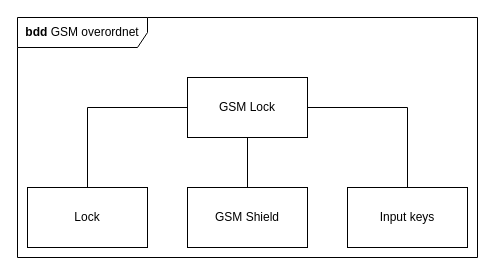
This is page "Overordnet bdd" (1 of 3) of Project/diagrams/architecture.drawio from skjesp/AMS, a draw.io file, before an edit. Source tidied: cells renumbered, new cells numbered last; positions are measured from the earlier drawing's top-left corner, leaving out a move shared by most shapes. Both pictures are drawn from the tidied source at 100%, with x=0, y=0 at pixel (17, 17).
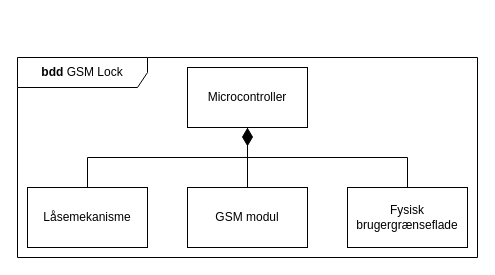
Above is the later version.

What changed in the source:
```diff
@@
 <mxGraphModel>
   <root>
     <mxCell id="0" />
     <mxCell id="1" parent="0" />
-    <mxCell id="2" value="&lt;b&gt;bdd&lt;/b&gt;&amp;nbsp;GSM overordnet" style="shape=umlFrame;whiteSpace=wrap;html=1;width=130;height=30;" parent="1" vertex="1">
-      <mxGeometry width="460" height="240" as="geometry" />
+    <mxCell id="2" value="&lt;b&gt;bdd&lt;/b&gt;&amp;nbsp;GSM Lock" style="shape=umlFrame;whiteSpace=wrap;html=1;width=130;height=30;" parent="1" vertex="1">
+      <mxGeometry y="40" width="460" height="200" as="geometry" />
     </mxCell>
     <mxCell id="3" style="edgeStyle=orthogonalEdgeStyle;rounded=0;jettySize=auto;html=1;endArrow=none;endFill=0;" parent="1" edge="1" source="6" target="7">
       <mxGeometry relative="1" as="geometry" />
     </mxCell>
     <mxCell id="4" style="edgeStyle=orthogonalEdgeStyle;rounded=0;jettySize=auto;html=1;endArrow=none;endFill=0;" parent="1" edge="1" source="6" target="9">
       <mxGeometry relative="1" as="geometry">
         <Array as="points">
-          <mxPoint x="390" y="90" />
+          <mxPoint x="390" y="140" />
         </Array>
       </mxGeometry>
     </mxCell>
-    <mxCell id="5" style="edgeStyle=orthogonalEdgeStyle;rounded=0;jettySize=auto;html=1;endArrow=none;endFill=0;" parent="1" edge="1" source="6" target="8">
+    <mxCell id="5" style="edgeStyle=orthogonalEdgeStyle;rounded=0;jettySize=auto;html=1;endArrow=none;endFill=0;startArrow=diamondThin;startFill=1;targetPerimeterSpacing=0;startSize=16;" parent="1" edge="1" source="6" target="8">
       <mxGeometry relative="1" as="geometry">
         <Array as="points">
-          <mxPoint x="70" y="90" />
+          <mxPoint x="70" y="140" />
         </Array>
       </mxGeometry>
     </mxCell>
-    <mxCell id="6" value="GSM Lock" style="rounded=0;whiteSpace=wrap;html=1;" parent="1" vertex="1">
-      <mxGeometry x="170" y="60" width="120" height="60" as="geometry" />
+    <mxCell id="6" value="Microcontroller" style="rounded=0;whiteSpace=wrap;html=1;" parent="1" vertex="1">
+      <mxGeometry x="170" y="50" width="120" height="60" as="geometry" />
     </mxCell>
-    <mxCell id="7" value="GSM Shield" style="rounded=0;whiteSpace=wrap;html=1;" parent="1" vertex="1">
+    <mxCell id="7" value="GSM modul" style="rounded=0;whiteSpace=wrap;html=1;" parent="1" vertex="1">
       <mxGeometry x="170" y="170" width="120" height="60" as="geometry" />
     </mxCell>
-    <mxCell id="8" value="Lock" style="rounded=0;whiteSpace=wrap;html=1;" parent="1" vertex="1">
+    <mxCell id="8" value="Låsemekanisme" style="rounded=0;whiteSpace=wrap;html=1;" parent="1" vertex="1">
       <mxGeometry x="10" y="170" width="120" height="60" as="geometry" />
     </mxCell>
-    <mxCell id="9" value="Input keys" style="rounded=0;whiteSpace=wrap;html=1;" parent="1" vertex="1">
+    <mxCell id="9" value="Fysisk brugergrænseflade" style="rounded=0;whiteSpace=wrap;html=1;" parent="1" vertex="1">
       <mxGeometry x="330" y="170" width="120" height="60" as="geometry" />
     </mxCell>
   </root>
 </mxGraphModel>
```
